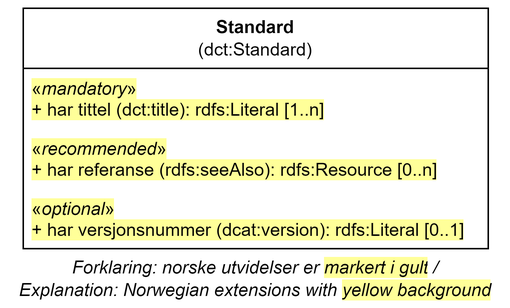
Before: docs/images/Klassen-Standard.png, a diagram exported from draw.io (Informasjonsforvaltning/dcat-ap-no). Source tidied: cells renumbered, new cells last; positions are measured from the earlier drawing's top-left corner, leaving out a move shared by most shapes.
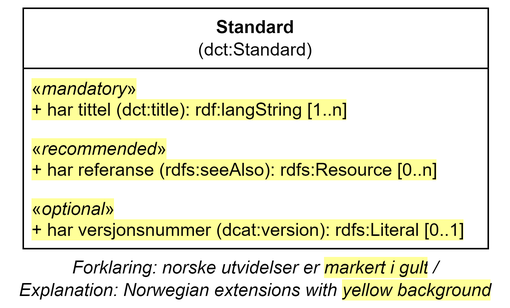
Above is the later version.

Commit message:
Issue #530 - Standard

Diff of the diagram source:
```diff
@@ -5,7 +5,7 @@
     <mxCell id="2" value="&lt;span style=&quot;background-color: initial;&quot;&gt;Standard&lt;br&gt;&lt;/span&gt;&lt;span style=&quot;background-color: initial;&quot;&gt;&lt;span style=&quot;font-weight: normal;&quot;&gt;(&lt;/span&gt;&lt;span style=&quot;font-weight: 400;&quot;&gt;dct:Standard&lt;/span&gt;&lt;span style=&quot;font-weight: normal;&quot;&gt;)&lt;/span&gt;&lt;/span&gt;" style="swimlane;whiteSpace=wrap;html=1;startSize=40;" parent="1" vertex="1">
       <mxGeometry x="10" width="310" height="160" as="geometry" />
     </mxCell>
-    <mxCell id="3" value="&lt;div&gt;&lt;span style=&quot;background-color: rgb(255, 255, 153);&quot;&gt;«&lt;i&gt;mandatory&lt;/i&gt;»&lt;/span&gt;&lt;/div&gt;&lt;div&gt;&lt;div&gt;&lt;span style=&quot;background-color: rgb(255, 255, 153);&quot;&gt;+ har tittel (dct:title): rdfs:Literal [1..n]&lt;/span&gt;&lt;br&gt;&lt;/div&gt;&lt;/div&gt;" style="text;strokeColor=none;fillColor=none;align=left;verticalAlign=top;spacingLeft=4;spacingRight=4;overflow=hidden;whiteSpace=wrap;html=1;" parent="2" vertex="1">
+    <mxCell id="3" value="&lt;div&gt;&lt;span style=&quot;background-color: rgb(255, 255, 153);&quot;&gt;«&lt;i&gt;mandatory&lt;/i&gt;»&lt;/span&gt;&lt;/div&gt;&lt;div&gt;&lt;div&gt;&lt;span style=&quot;background-color: rgb(255, 255, 153);&quot;&gt;+ har tittel (dct:title): rdf:langString [1..n]&lt;/span&gt;&lt;br&gt;&lt;/div&gt;&lt;/div&gt;" style="text;strokeColor=none;fillColor=none;align=left;verticalAlign=top;spacingLeft=4;spacingRight=4;overflow=hidden;whiteSpace=wrap;html=1;" parent="2" vertex="1">
       <mxGeometry y="40" width="300" height="50" as="geometry" />
     </mxCell>
     <mxCell id="4" value="&lt;div&gt;&lt;span style=&quot;background-color: rgb(255, 255, 153);&quot;&gt;«&lt;i&gt;optional&lt;/i&gt;»&lt;/span&gt;&lt;/div&gt;&lt;div&gt;&lt;div&gt;&lt;span style=&quot;background-color: rgb(255, 255, 153);&quot;&gt;+ har versjonsnummer (dcat:version): rdfs:Literal [0..1]&lt;/span&gt;&lt;br&gt;&lt;/div&gt;&lt;/div&gt;" style="text;strokeColor=none;fillColor=none;align=left;verticalAlign=top;spacingLeft=4;spacingRight=4;overflow=hidden;whiteSpace=wrap;html=1;" parent="2" vertex="1">
```
